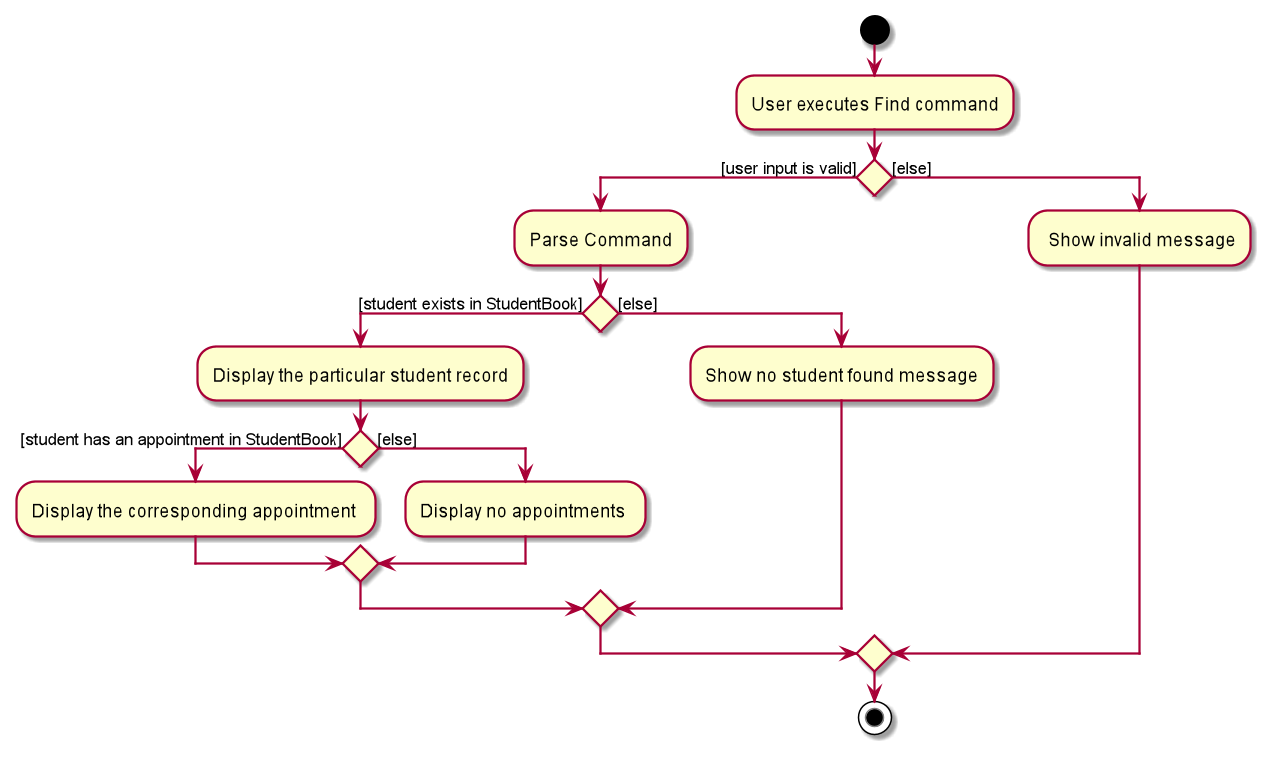
The PlantUML diagram docs/images/FindStudentActivityDiagram.png in nus-cs2103-AY2021S2/tp, before a commit.
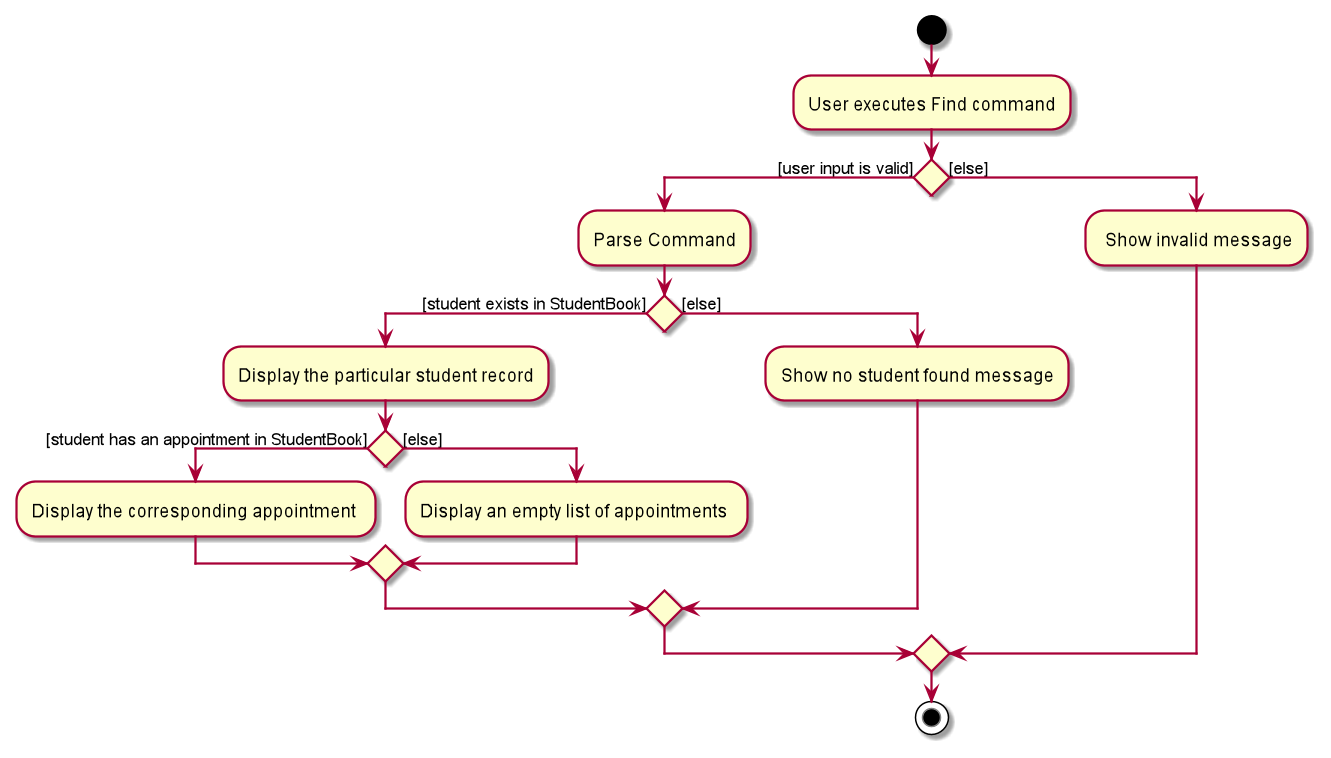
After the change.

The edit, as a diff of the source:
```diff
@@ -11,7 +11,7 @@
                 :Display the corresponding appointment ;
 
          else ([else])
-                :Display no appointments ;
+                :Display an empty list of appointments ;
          endif
     else ([else])
         :Show no student found message;
```
